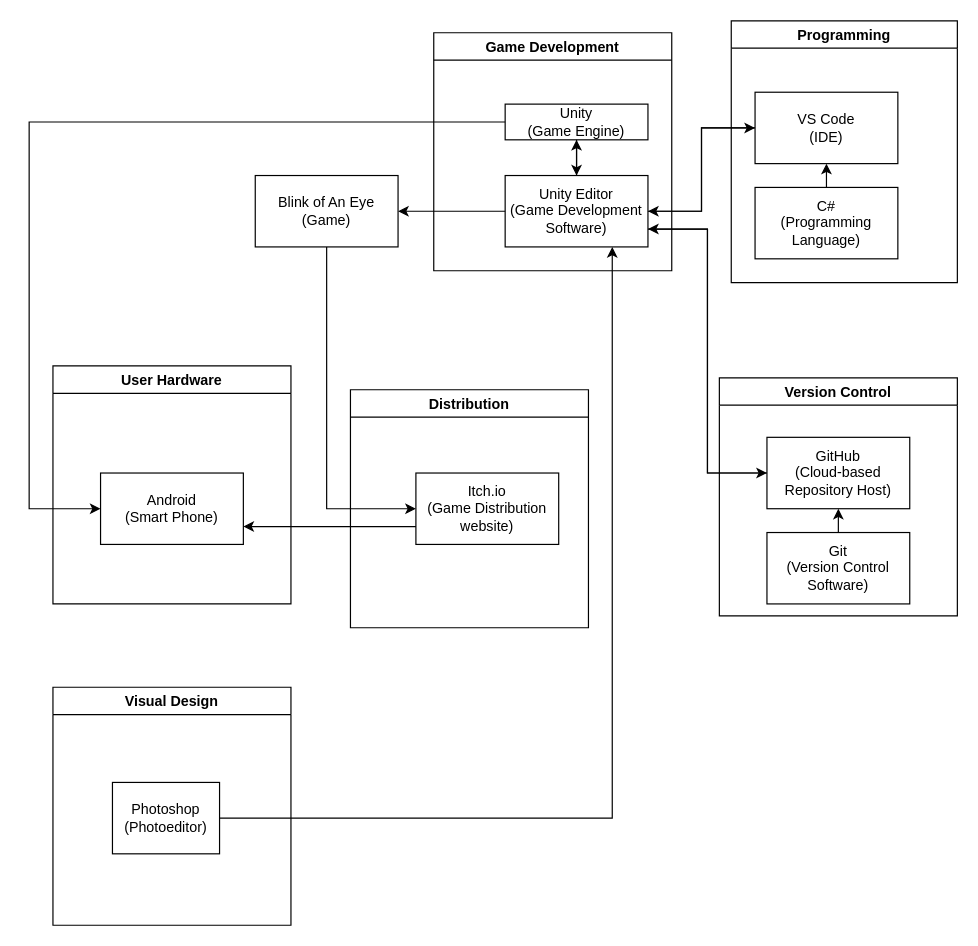
Above: page "Sprint 1 Architecture Diagram" (4 of 4) of WakeUpRPG.drawio in cs-utulsa/Wake-Up-RPG (draw.io), before the change. Source tidied: cells renumbered, new cells numbered last; positions are measured from the earlier drawing's top-left corner, leaving out a move shared by most shapes. Both pictures are drawn from the tidied source at 119%, with x=0, y=0 at pixel (29, 20).
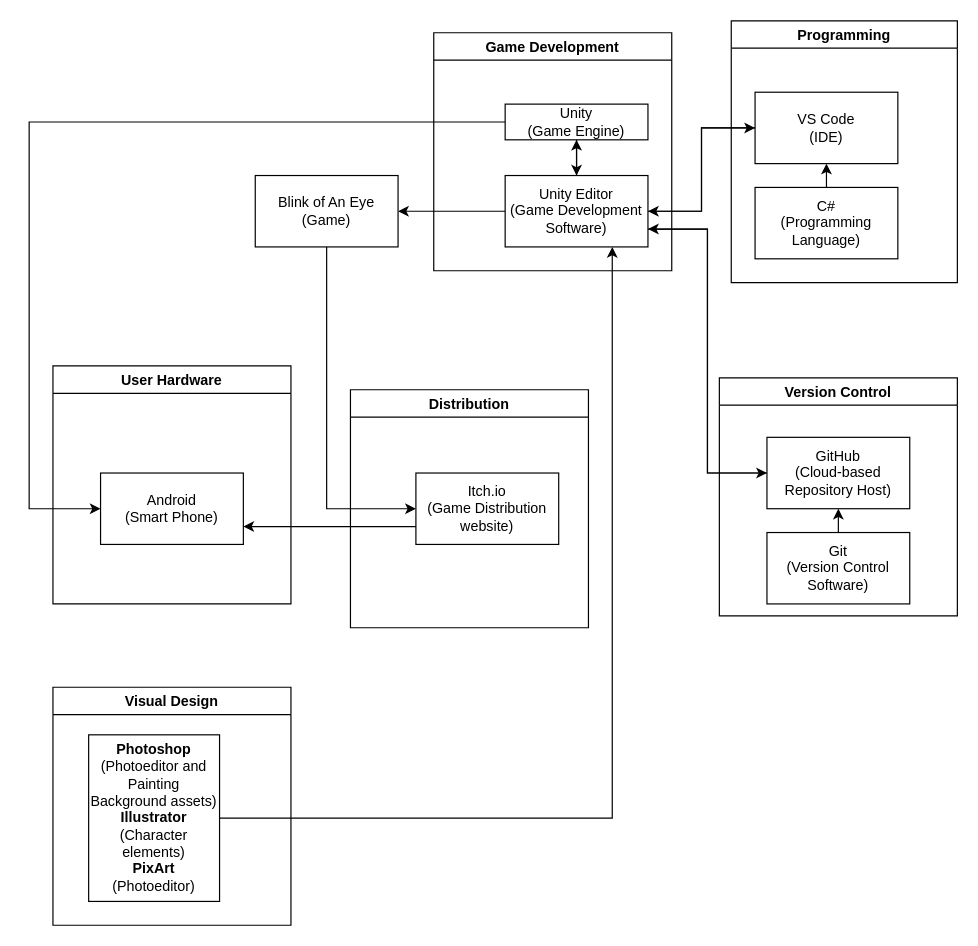
The same diagram, later.

Commit message:
Visual Design Update

The change refers to these unchanged cells:
```xml
<mxCell id="28" value="Visual Design" style="swimlane;" parent="1" vertex="1">
  <mxGeometry x="20" y="560" width="200" height="200" as="geometry" />
</mxCell>
```

The edit, as a diff of the source:
```diff
@@
-    <mxCell id="29" value="Photoshop&lt;br&gt;(Photoeditor)" style="rounded=0;whiteSpace=wrap;html=1;" parent="28" vertex="1">
-      <mxGeometry x="50" y="80" width="90" height="60" as="geometry" />
+    <mxCell id="29" value="&lt;b&gt;Photoshop&lt;/b&gt;&lt;br&gt;(Photoeditor and Painting Background assets)&lt;br&gt;&lt;b&gt;Illustrator&lt;/b&gt; (Character elements)&lt;br&gt;&lt;b&gt;PixArt&lt;br&gt;&lt;/b&gt;(Photoeditor)" style="rounded=0;whiteSpace=wrap;html=1;" parent="28" vertex="1">
+      <mxGeometry x="30" y="40" width="110" height="140" as="geometry" />
     </mxCell>
```
